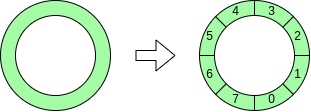
Earlier version of the draw.io export seccamp/image/RotateRound.png (nindanaoto/nindanaoto.github.io). Source tidied: cells renumbered, new cells last; positions are measured from the earlier drawing's top-left corner, leaving out a move shared by most shapes. Its diagram source:
```xml
<mxGraphModel>
  <root>
    <mxCell id="0" />
    <mxCell id="1" parent="0" />
    <mxCell id="2" style="ellipse;whiteSpace=wrap;html=1;fillColor=#A4FCA7;strokeColor=#000000;" parent="1" vertex="1">
      <mxGeometry width="110" height="110" as="geometry" />
    </mxCell>
    <mxCell id="3" style="ellipse;whiteSpace=wrap;html=1;" parent="1" vertex="1">
      <mxGeometry x="15" y="15" width="80" height="80" as="geometry" />
    </mxCell>
    <mxCell id="4" style="shape=flexArrow;endArrow=classic;html=1;" parent="1" edge="1">
      <mxGeometry relative="1" as="geometry">
        <mxPoint x="135" y="55" as="sourcePoint" />
        <mxPoint x="175" y="55" as="targetPoint" />
      </mxGeometry>
    </mxCell>
    <mxCell id="5" style="ellipse;whiteSpace=wrap;html=1;fillColor=#A4FCA7;strokeColor=#000000;" parent="1" vertex="1">
      <mxGeometry x="199" width="110" height="110" as="geometry" />
    </mxCell>
    <mxCell id="6" style="endArrow=none;html=1;entryX=0.5;entryY=0;entryDx=0;entryDy=0;exitX=0.5;exitY=1;exitDx=0;exitDy=0;" parent="1" edge="1" source="5" target="5">
      <mxGeometry relative="1" as="geometry" />
    </mxCell>
    <mxCell id="7" style="endArrow=none;html=1;exitX=0;exitY=0.5;exitDx=0;exitDy=0;entryX=1;entryY=0.5;entryDx=0;entryDy=0;" parent="1" edge="1" source="5" target="5">
      <mxGeometry relative="1" as="geometry" />
    </mxCell>
    <mxCell id="8" style="endArrow=none;html=1;entryX=1;entryY=0;entryDx=0;entryDy=0;exitX=0;exitY=1;exitDx=0;exitDy=0;" parent="1" edge="1" source="5" target="5">
      <mxGeometry relative="1" as="geometry" />
    </mxCell>
    <mxCell id="9" style="endArrow=none;html=1;entryX=0;entryY=0;entryDx=0;entryDy=0;exitX=1;exitY=1;exitDx=0;exitDy=0;" parent="1" edge="1" source="5" target="5">
      <mxGeometry relative="1" as="geometry" />
    </mxCell>
    <mxCell id="10" style="ellipse;whiteSpace=wrap;html=1;" parent="1" vertex="1">
      <mxGeometry x="214" y="15" width="80" height="80" as="geometry" />
    </mxCell>
    <mxCell id="11" value="0" style="text;html=1;align=center;verticalAlign=middle;" parent="1" vertex="1">
      <mxGeometry x="261" y="88" width="20" height="20" as="geometry" />
    </mxCell>
    <mxCell id="12" value="1" style="text;html=1;align=center;verticalAlign=middle;" parent="1" vertex="1">
      <mxGeometry x="287" y="63" width="20" height="20" as="geometry" />
    </mxCell>
    <mxCell id="13" value="2" style="text;html=1;align=center;verticalAlign=middle;" parent="1" vertex="1">
      <mxGeometry x="287" y="25" width="20" height="20" as="geometry" />
    </mxCell>
    <mxCell id="14" value="3" style="text;html=1;align=center;verticalAlign=middle;" parent="1" vertex="1">
      <mxGeometry x="261" width="20" height="20" as="geometry" />
    </mxCell>
    <mxCell id="15" value="4" style="text;html=1;align=center;verticalAlign=middle;" parent="1" vertex="1">
      <mxGeometry x="225" width="20" height="20" as="geometry" />
    </mxCell>
    <mxCell id="16" value="5" style="text;html=1;align=center;verticalAlign=middle;" parent="1" vertex="1">
      <mxGeometry x="199" y="25" width="20" height="20" as="geometry" />
    </mxCell>
    <mxCell id="17" value="6" style="text;html=1;align=center;verticalAlign=middle;" parent="1" vertex="1">
      <mxGeometry x="199" y="63" width="20" height="20" as="geometry" />
    </mxCell>
    <mxCell id="18" value="7" style="text;html=1;align=center;verticalAlign=middle;" parent="1" vertex="1">
      <mxGeometry x="225" y="88" width="20" height="20" as="geometry" />
    </mxCell>
  </root>
</mxGraphModel>
```
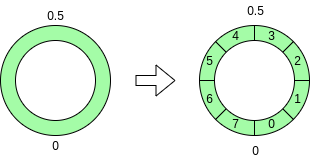
The same file after the commit.

Change to the diagram source:
```diff
@@ -56,5 +56,17 @@
     <mxCell id="18" value="7" style="text;html=1;align=center;verticalAlign=middle;" parent="1" vertex="1">
       <mxGeometry x="225" y="88" width="20" height="20" as="geometry" />
     </mxCell>
+    <mxCell id="19" value="0" style="text;html=1;align=center;verticalAlign=middle;" parent="1" vertex="1">
+      <mxGeometry x="245" y="115" width="20" height="20" as="geometry" />
+    </mxCell>
+    <mxCell id="20" value="0.5" style="text;html=1;align=center;verticalAlign=middle;" parent="1" vertex="1">
+      <mxGeometry x="240" y="-25" width="30" height="20" as="geometry" />
+    </mxCell>
+    <mxCell id="21" value="0.5" style="text;html=1;align=center;verticalAlign=middle;" parent="1" vertex="1">
+      <mxGeometry x="40" y="-20" width="30" height="20" as="geometry" />
+    </mxCell>
+    <mxCell id="22" value="0" style="text;html=1;align=center;verticalAlign=middle;" parent="1" vertex="1">
+      <mxGeometry x="45" y="110" width="20" height="20" as="geometry" />
+    </mxCell>
   </root>
 </mxGraphModel>
```
